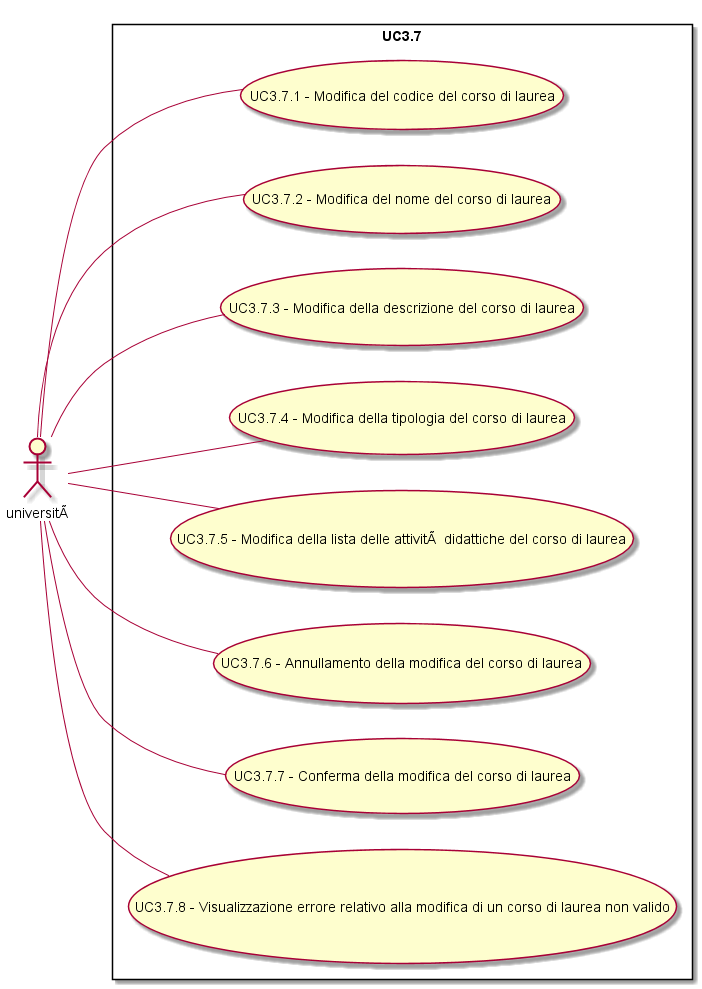
Above: Analisi dei requisiti/img/UC3-7.png in SOS-SonsOfSwe/Marvin (PlantUML), before the change.
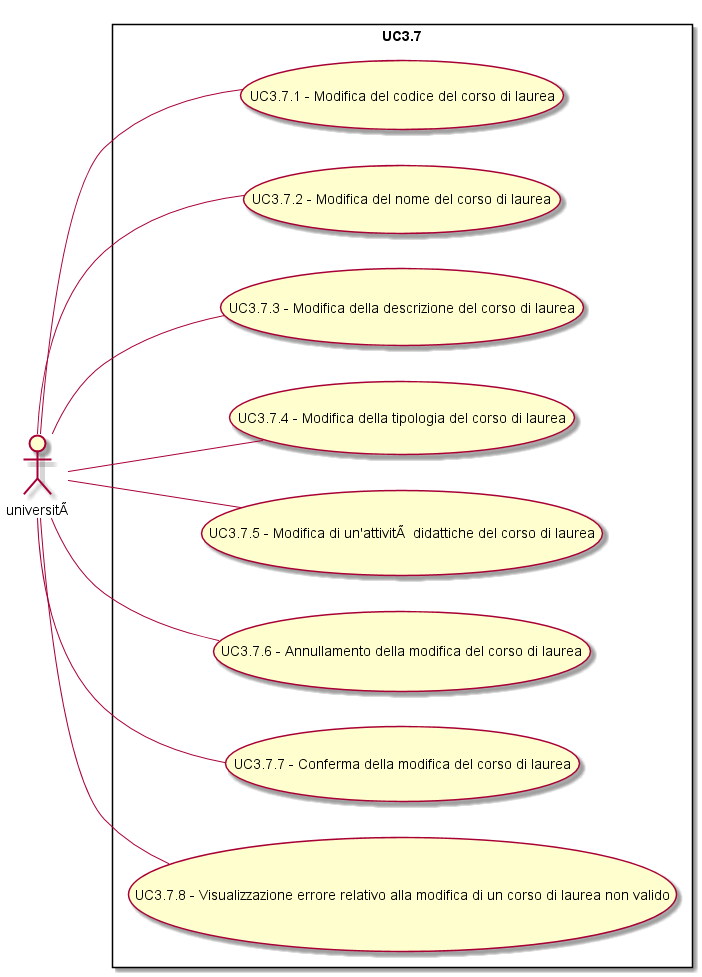
After the change.

Diff of the diagram source:
```diff
@@ -7,7 +7,7 @@
 università -- (UC3.7.2 - Modifica del nome del corso di laurea)
 università -- (UC3.7.3 - Modifica della descrizione del corso di laurea)
 università -- (UC3.7.4 - Modifica della tipologia del corso di laurea)
-università -- (UC3.7.5 - Modifica della lista delle attività didattiche del corso di laurea)
+università -- (UC3.7.5 - Modifica di un'attività didattiche del corso di laurea)
 università -- (UC3.7.6 - Annullamento della modifica del corso di laurea)
 università -- (UC3.7.7 - Conferma della modifica del corso di laurea)
 università -- (UC3.7.8 - Visualizzazione errore relativo alla modifica di un corso di laurea non valido)
```
